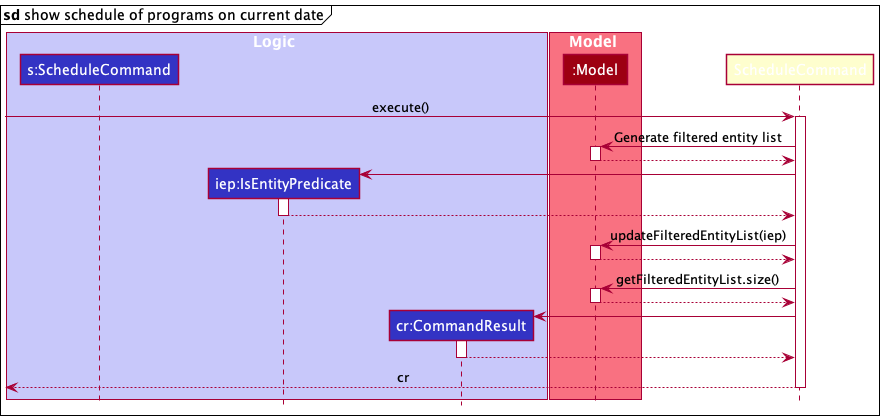
nus-cs2103-AY2021S2/tp keeps this PlantUML diagram as docs/images/ScheduleSequenceDiagramSpecific.png. Above is the earlier version. Source of this version:
```plantuml
@startuml
!include style.puml

box Logic LOGIC_COLOR_T1
participant "s:ScheduleCommand" as Schedule LOGIC_COLOR
participant "iep:IsEntityPredicate" as IsEntityPredicate LOGIC_COLOR
participant "cr:CommandResult" as CommandResult LOGIC_COLOR
end box

box Model MODEL_COLOR_T1
participant ":Model" as Model MODEL_COLOR
end box

mainframe **sd** show schedule of programs on current date

[-> ScheduleCommand : execute()

activate ScheduleCommand

ScheduleCommand -> Model : Generate filtered entity list
activate Model
Model --> ScheduleCommand
deactivate Model

create IsEntityPredicate
ScheduleCommand -> IsEntityPredicate
activate IsEntityPredicate
IsEntityPredicate --> ScheduleCommand
deactivate IsEntityPredicate

ScheduleCommand -> Model : updateFilteredEntityList(iep)
activate Model
Model --> ScheduleCommand
deactivate Model

ScheduleCommand -> Model : getFilteredEntityList.size()
activate Model
Model --> ScheduleCommand
deactivate Model

create CommandResult
ScheduleCommand -> CommandResult
activate CommandResult
CommandResult --> ScheduleCommand
deactivate CommandResult

[<-- ScheduleCommand : cr
deactivate ScheduleCommand
@enduml
```
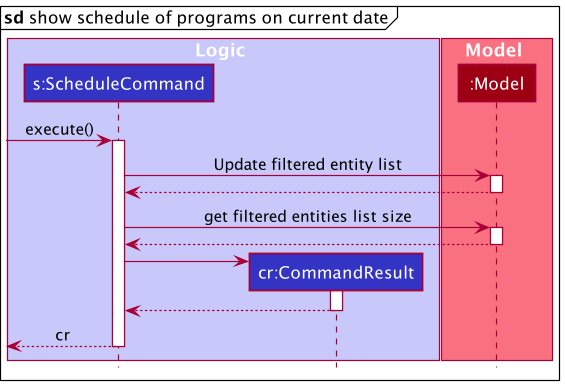
After the change.

Commit message:
Update ScheduleSequenceDiagramSpecific pic, fix DG typos

Diff of the diagram source:
```diff
@@ -2,8 +2,7 @@
 !include style.puml
 
 box Logic LOGIC_COLOR_T1
-participant "s:ScheduleCommand" as Schedule LOGIC_COLOR
-participant "iep:IsEntityPredicate" as IsEntityPredicate LOGIC_COLOR
+participant "s:ScheduleCommand" as ScheduleCommand LOGIC_COLOR
 participant "cr:CommandResult" as CommandResult LOGIC_COLOR
 end box
 
@@ -17,26 +16,16 @@
 
 activate ScheduleCommand
 
-ScheduleCommand -> Model : Generate filtered entity list
+ScheduleCommand -> Model : Update filtered entity list
 activate Model
 Model --> ScheduleCommand
 deactivate Model
 
-create IsEntityPredicate
-ScheduleCommand -> IsEntityPredicate
-activate IsEntityPredicate
-IsEntityPredicate --> ScheduleCommand
-deactivate IsEntityPredicate
-
-ScheduleCommand -> Model : updateFilteredEntityList(iep)
+ScheduleCommand -> Model : get filtered entities list size
 activate Model
 Model --> ScheduleCommand
 deactivate Model
 
-ScheduleCommand -> Model : getFilteredEntityList.size()
-activate Model
-Model --> ScheduleCommand
-deactivate Model
 
 create CommandResult
 ScheduleCommand -> CommandResult
@@ -46,4 +35,5 @@
 
 [<-- ScheduleCommand : cr
 deactivate ScheduleCommand
+
 @enduml
```
